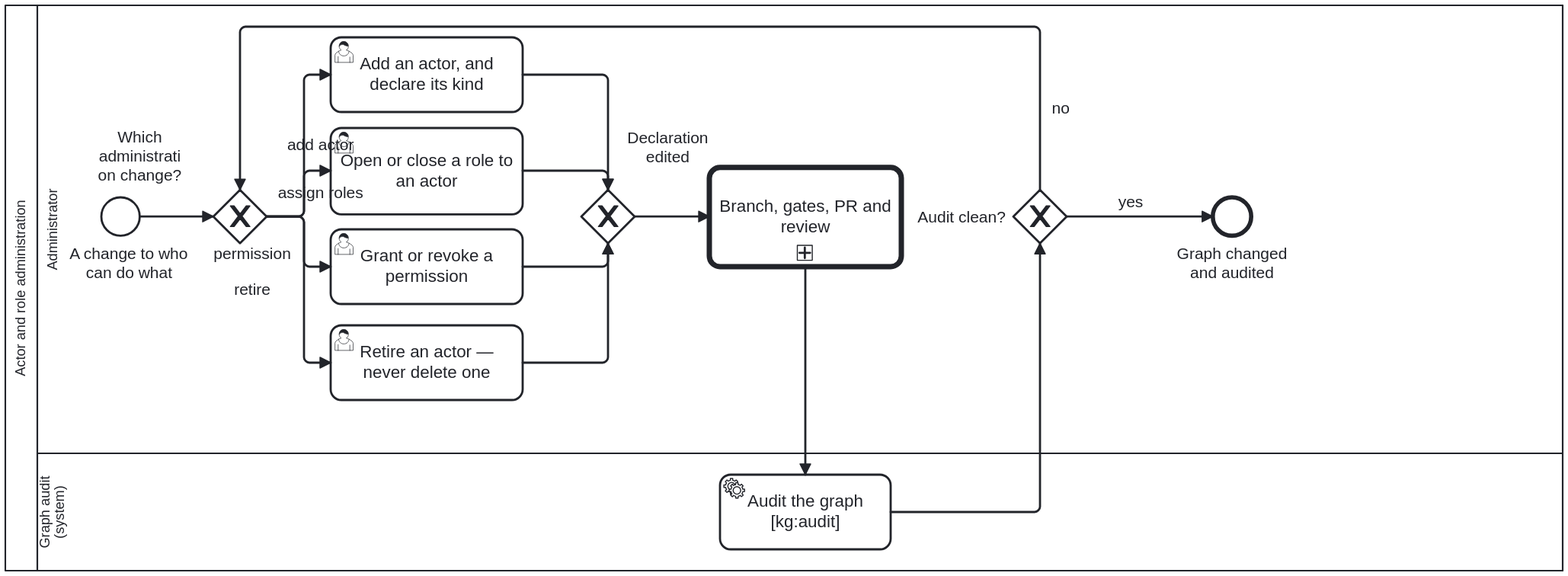
Earlier version of the BPMN export docs/assets/img/workflows/actor-role-administration.svg (litlfred/cat-harness). Its source is kept beside it as processes/process/actor-role-administration.bpmn. Ids are renumbered.
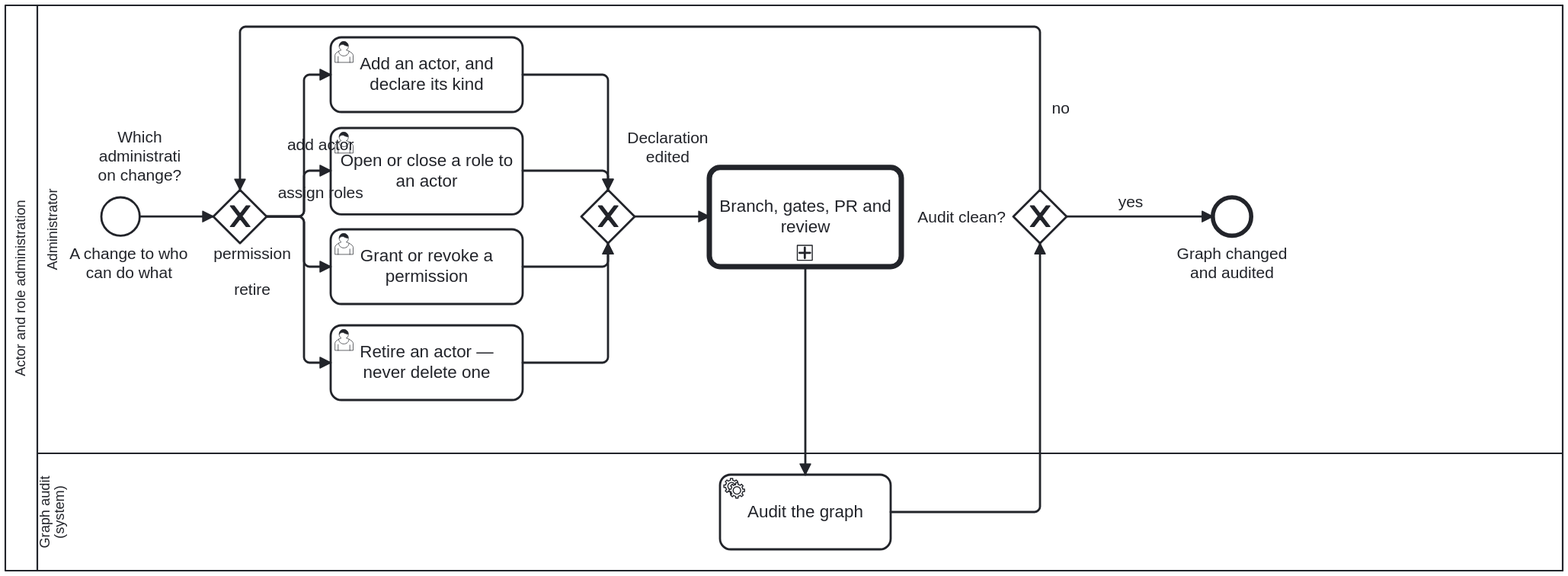
The same file after the commit.

Change to the diagram source:
```diff
@@ -158,8 +158,8 @@
       <bpmn:outgoing>A11</bpmn:outgoing>
     </bpmn:callActivity>
 
-    <bpmn:serviceTask id="Task_RunKgAudit" name="Audit the graph&#10;[kg:audit]">
-      <bpmn:documentation>AFTER the change, not before. Every criterion here is a join — role to lane, actor to role, activity to skill — so what an administrative edit breaks is not in the file it edited. The sidecars under `test/results/kg-qa/` are committed for the reason a printed verdict is not: without them, "unbound since it was drawn" and "broken by this change" are indistinguishable.</bpmn:documentation>
+    <bpmn:serviceTask id="Task_RunKgAudit" name="Audit the graph">
+      <bpmn:documentation>AFTER the change, not before. Every criterion here is a join — role to lane, actor to role, activity to skill — so what an administrative edit breaks is not in the file it edited. The sidecars under `test/results/kg-qa/` are committed for the reason a printed verdict is not: without them, "unbound since it was drawn" and "broken by this change" are indistinguishable. Runs `kg:audit`.</bpmn:documentation>
       <bpmn:extensionElements>
         <bootstrap.processes:skill ref="role-model" />
       </bpmn:extensionElements>
```
